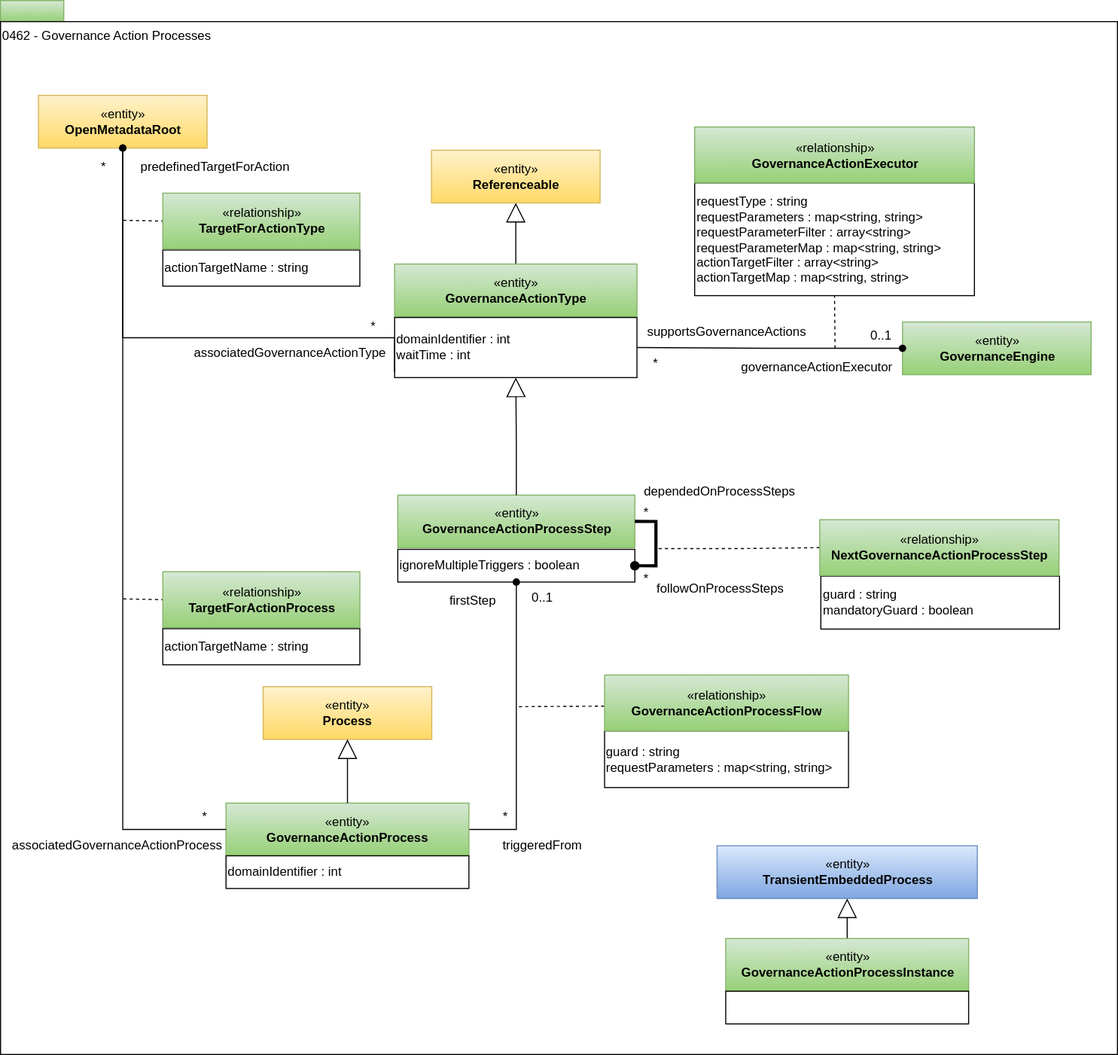
The draw.io diagram site/docs/types/4/0462-Governance-Action-Processes.svg in odpi/egeria-docs, before a commit. Source tidied: cells renumbered, new cells last; positions are measured from the earlier drawing's top-left corner, leaving out a move shared by most shapes.
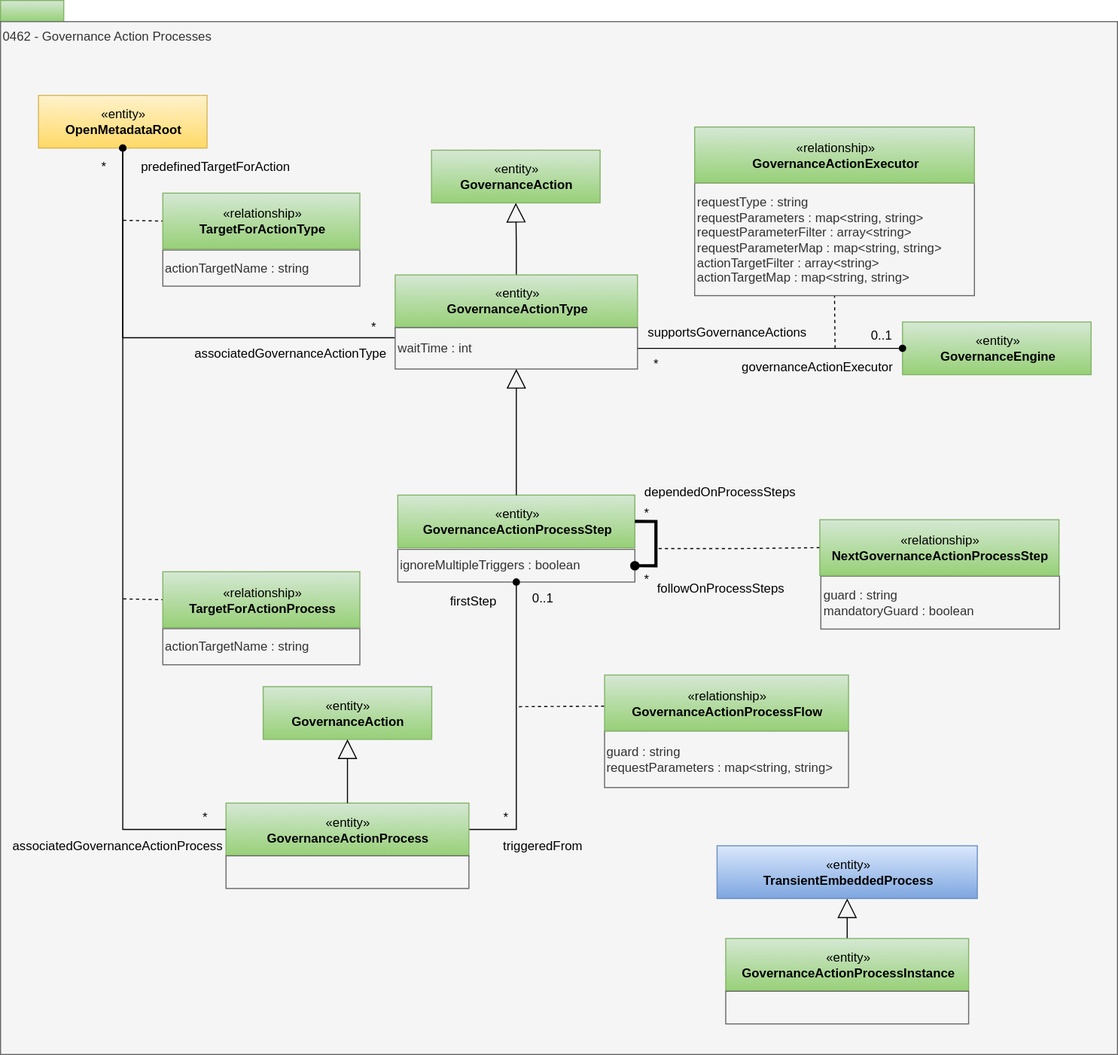
Above is the later version.

Diff of the diagram source:
```diff
@@ -7,12 +7,12 @@
     </mxCell>
-    <mxCell id="3" value="0462 - Governance Action Processes" style="rounded=0;html=1;align=left;verticalAlign=top;" parent="1" vertex="1">
+    <mxCell id="3" value="0462 - Governance Action Processes" style="rounded=0;html=1;align=left;verticalAlign=top;fillColor=#f5f5f5;fontColor=#333333;strokeColor=#666666;" parent="1" vertex="1">
       <mxGeometry y="20" width="1060" height="980" as="geometry" />
     </mxCell>
-    <mxCell id="4" value="ignoreMultipleTriggers : boolean" style="rounded=0;whiteSpace=wrap;html=1;strokeColor=#000000;gradientColor=#ffffff;align=left;" parent="1" vertex="1">
+    <mxCell id="4" value="ignoreMultipleTriggers : boolean" style="rounded=0;whiteSpace=wrap;html=1;strokeColor=#666666;align=left;fillColor=#f5f5f5;fontColor=#333333;" parent="1" vertex="1">
       <mxGeometry x="377" y="520.8" width="225" height="31" as="geometry" />
     </mxCell>
-    <mxCell id="5" value="«entity»&lt;br&gt;&lt;b&gt;Referenceable&lt;/b&gt;" style="html=1;strokeColor=#d6b656;align=center;fillColor=#fff2cc;gradientColor=#ffd966;" parent="1" vertex="1">
+    <mxCell id="5" value="«entity»&lt;br&gt;&lt;b&gt;GovernanceAction&lt;/b&gt;" style="html=1;strokeColor=#82b366;align=center;fillColor=#d5e8d4;gradientColor=#97d077;" parent="1" vertex="1">
       <mxGeometry x="409" y="142" width="160" height="50" as="geometry" />
     </mxCell>
-    <mxCell id="6" value="guard : string&lt;br&gt;mandatoryGuard : boolean&lt;br&gt;" style="rounded=0;whiteSpace=wrap;html=1;strokeColor=#000000;gradientColor=#ffffff;align=left;" parent="1" vertex="1">
+    <mxCell id="6" value="guard : string&lt;br&gt;mandatoryGuard : boolean&lt;br&gt;" style="rounded=0;whiteSpace=wrap;html=1;strokeColor=#666666;align=left;fillColor=#f5f5f5;fontColor=#333333;" parent="1" vertex="1">
       <mxGeometry x="778.5" y="546.1" width="226.5" height="50.2" as="geometry" />
@@ -57,3 +57,3 @@
     </mxCell>
-    <mxCell id="17" value="requestType : string&lt;br&gt;requestParameters : map&amp;lt;string, string&amp;gt;&lt;br&gt;requestParameterFilter : array&amp;lt;string&amp;gt;&lt;br&gt;requestParameterMap : map&amp;lt;string, string&amp;gt;&lt;br&gt;actionTargetFilter : array&amp;lt;string&amp;gt;&lt;br&gt;actionTargetMap : map&amp;lt;string, string&amp;gt;" style="rounded=0;whiteSpace=wrap;html=1;strokeColor=#000000;gradientColor=#ffffff;align=left;" parent="1" vertex="1">
+    <mxCell id="17" value="requestType : string&lt;br&gt;requestParameters : map&amp;lt;string, string&amp;gt;&lt;br&gt;requestParameterFilter : array&amp;lt;string&amp;gt;&lt;br&gt;requestParameterMap : map&amp;lt;string, string&amp;gt;&lt;br&gt;actionTargetFilter : array&amp;lt;string&amp;gt;&lt;br&gt;actionTargetMap : map&amp;lt;string, string&amp;gt;" style="rounded=0;whiteSpace=wrap;html=1;strokeColor=#666666;align=left;fillColor=#f5f5f5;fontColor=#333333;" parent="1" vertex="1">
       <mxGeometry x="658.8" y="173" width="265.5" height="107" as="geometry" />
@@ -66,3 +66,3 @@
     </mxCell>
-    <mxCell id="20" value="«entity»&lt;br&gt;&lt;b&gt;Process&lt;/b&gt;" style="html=1;strokeColor=#d6b656;align=center;fillColor=#fff2cc;gradientColor=#ffd966;" parent="1" vertex="1">
+    <mxCell id="20" value="«entity»&lt;br&gt;&lt;b&gt;GovernanceAction&lt;/b&gt;" style="html=1;strokeColor=#82b366;align=center;fillColor=#d5e8d4;gradientColor=#97d077;" parent="1" vertex="1">
       <mxGeometry x="249.2" y="651" width="160" height="50" as="geometry" />
@@ -75,3 +75,3 @@
     </mxCell>
-    <mxCell id="23" value="&lt;span style=&quot;&quot;&gt;domainIdentifier : int&lt;/span&gt;" style="rounded=0;whiteSpace=wrap;html=1;strokeColor=#000000;gradientColor=#ffffff;align=left;" parent="1" vertex="1">
+    <mxCell id="23" style="rounded=0;whiteSpace=wrap;html=1;strokeColor=#666666;align=left;fillColor=#f5f5f5;fontColor=#333333;" parent="1" vertex="1">
       <mxGeometry x="214" y="811.5" width="230.5" height="31" as="geometry" />
@@ -84,3 +84,3 @@
     </mxCell>
-    <mxCell id="25" value="&lt;span&gt;guard : string&lt;/span&gt;&lt;div&gt;requestParameters : map&amp;lt;string, string&amp;gt;&lt;br&gt;&lt;/div&gt;" style="rounded=0;whiteSpace=wrap;html=1;strokeColor=#000000;gradientColor=#ffffff;align=left;" parent="1" vertex="1">
+    <mxCell id="25" value="&lt;span&gt;guard : string&lt;/span&gt;&lt;div&gt;requestParameters : map&amp;lt;string, string&amp;gt;&lt;br&gt;&lt;/div&gt;" style="rounded=0;whiteSpace=wrap;html=1;strokeColor=#666666;align=left;fillColor=#f5f5f5;fontColor=#333333;" parent="1" vertex="1">
       <mxGeometry x="573.2" y="693" width="231.5" height="53.8" as="geometry" />
@@ -115,6 +115,6 @@
     <mxCell id="35" value="«entity»&lt;br&gt;&lt;span style=&quot;color: rgba(0 , 0 , 0 , 0) ; font-family: monospace ; font-size: 0px&quot;&gt;%3CmxGraphModel%3E%3Croot%3E%3CmxCell%20id%3D%220%22%2F%3E%3CmxCell%20id%3D%221%22%20parent%3D%220%22%2F%3E%3CmxCell%20id%3D%222%22%20style%3D%22edgeStyle%3DorthogonalEdgeStyle%3Brounded%3D0%3Bhtml%3D1%3BexitX%3D1%3BexitY%3D0.5%3BexitDx%3D0%3BexitDy%3D0%3BentryX%3D0%3BentryY%3D0.5%3BentryDx%3D0%3BentryDy%3D0%3BjettySize%3Dauto%3BorthogonalLoop%3D1%3BendArrow%3Dnone%3BendFill%3D0%3B%22%20edge%3D%221%22%20source%3D%223%22%20parent%3D%221%22%3E%3CmxGeometry%20relative%3D%221%22%20as%3D%22geometry%22%3E%3CmxPoint%20x%3D%22684%22%20y%3D%22384.5%22%20as%3D%22targetPoint%22%2F%3E%3C%2FmxGeometry%3E%3C%2FmxCell%3E%3CmxCell%20id%3D%223%22%20value%3D%22%C2%ABentity%C2%BB%26lt%3Bbr%26gt%3B%26lt%3Bb%26gt%3BRequestForAction%26lt%3B%2Fb%26gt%3B%22%20style%3D%22html%3D1%3BstrokeColor%3D%23d79b00%3Balign%3Dcenter%3BfillColor%3D%23ffcd28%3BgradientColor%3D%23ffa500%3B%22%20vertex%3D%221%22%20parent%3D%221%22%3E%3CmxGeometry%20x%3D%2291%22%20y%3D%22379%22%20width%3D%22249%22%20height%3D%2250%22%20as%3D%22geometry%22%2F%3E%3C%2FmxCell%3E%3CmxCell%20id%3D%224%22%20value%3D%22%26lt%3Bspan%26gt%3BdiscoveryActivity%20%3A%20string%26lt%3Bbr%26gt%3B%26lt%3B%2Fspan%26gt%3B%26lt%3Bspan%26gt%3BactionRequested%20%3A%20string%26lt%3B%2Fspan%26gt%3B%26lt%3Bbr%26gt%3B%26lt%3Bspan%26gt%3BactionProperties%20%3A%20map%26amp%3Blt%3Bstring%2C%20string%26amp%3Bgt%3B%26lt%3Bbr%26gt%3B%26lt%3B%2Fspan%26gt%3B%22%20style%3D%22rounded%3D0%3BwhiteSpace%3Dwrap%3Bhtml%3D1%3BstrokeColor%3D%23000000%3BgradientColor%3D%23ffffff%3Balign%3Dleft%3B%22%20vertex%3D%221%22%20parent%3D%221%22%3E%3CmxGeometry%20x%3D%2292%22%20y%3D%22429%22%20width%3D%22247%22%20height%3D%2259%22%20as%3D%22geometry%22%2F%3E%3C%2FmxCell%3E%3CmxCell%20id%3D%225%22%20value%3D%22%22%20style%3D%22edgeStyle%3DorthogonalEdgeStyle%3Brounded%3D0%3Bhtml%3D1%3BendArrow%3Dnone%3BendFill%3D0%3BjettySize%3Dauto%3BorthogonalLoop%3D1%3BexitX%3D0%3BexitY%3D0.5%3B%22%20edge%3D%221%22%20source%3D%227%22%20target%3D%223%22%20parent%3D%221%22%3E%3CmxGeometry%20relative%3D%221%22%20as%3D%22geometry%22%2F%3E%3C%2FmxCell%3E%3CmxCell%20id%3D%226%22%20value%3D%22%C2%ABentity%C2%BB%26lt%3Bbr%26gt%3B%26lt%3Bb%26gt%3BDataFieldAnnotation%26lt%3B%2Fb%26gt%3B%22%20style%3D%22html%3D1%3BstrokeColor%3D%23d79b00%3Balign%3Dcenter%3BfillColor%3D%23ffcd28%3BgradientColor%3D%23ffa500%3B%22%20vertex%3D%221%22%20parent%3D%221%22%3E%3CmxGeometry%20x%3D%22136.5%22%20y%3D%22257.5%22%20width%3D%22160%22%20height%3D%2250%22%20as%3D%22geometry%22%2F%3E%3C%2FmxCell%3E%3CmxCell%20id%3D%227%22%20value%3D%22%22%20style%3D%22triangle%3BwhiteSpace%3Dwrap%3Bhtml%3D1%3BstrokeColor%3D%23000000%3BgradientColor%3D%23ffffff%3Balign%3Dcenter%3Brotation%3D-90%3B%22%20vertex%3D%221%22%20parent%3D%221%22%3E%3CmxGeometry%20x%3D%22207.5%22%20y%3D%22305.5%22%20width%3D%2217%22%20height%3D%2221%22%20as%3D%22geometry%22%2F%3E%3C%2FmxCell%3E%3CmxCell%20id%3D%228%22%20value%3D%22%22%20style%3D%22endArrow%3Dnone%3Bdashed%3D1%3Bhtml%3D1%3BentryX%3D1%3BentryY%3D0.5%3BentryDx%3D0%3BentryDy%3D0%3B%22%20edge%3D%221%22%20parent%3D%221%22%3E%3CmxGeometry%20width%3D%2250%22%20height%3D%2250%22%20relative%3D%221%22%20as%3D%22geometry%22%3E%3CmxPoint%20x%3D%22638%22%20y%3D%22234%22%20as%3D%22sourcePoint%22%2F%3E%3CmxPoint%20x%3D%22567.5%22%20y%3D%22234%22%20as%3D%22targetPoint%22%2F%3E%3C%2FmxGeometry%3E%3C%2FmxCell%3E%3CmxCell%20id%3D%229%22%20value%3D%22*%22%20style%3D%22text%3Bhtml%3D1%3BstrokeColor%3Dnone%3BfillColor%3Dnone%3Balign%3Dcenter%3BverticalAlign%3Dmiddle%3BwhiteSpace%3Dwrap%3Brounded%3D0%3B%22%20vertex%3D%221%22%20parent%3D%221%22%3E%3CmxGeometry%20x%3D%22636.5%22%20y%3D%22325.5%22%20width%3D%2240%22%20height%3D%2220%22%20as%3D%22geometry%22%2F%3E%3C%2FmxCell%3E%3CmxCell%20id%3D%2210%22%20value%3D%22identifiedActions%22%20style%3D%22text%3Bhtml%3D1%3BstrokeColor%3Dnone%3BfillColor%3Dnone%3Balign%3Dcenter%3BverticalAlign%3Dmiddle%3BwhiteSpace%3Dwrap%3Brounded%3D0%3B%22%20vertex%3D%221%22%20parent%3D%221%22%3E%3CmxGeometry%20x%3D%22543%22%20y%3D%22325.5%22%20width%3D%22104%22%20height%3D%2220%22%20as%3D%22geometry%22%2F%3E%3C%2FmxCell%3E%3CmxCell%20id%3D%2211%22%20value%3D%22discoveryActivity%22%20style%3D%22text%3Bhtml%3D1%3BstrokeColor%3Dnone%3BfillColor%3Dnone%3Balign%3Dcenter%3BverticalAlign%3Dmiddle%3BwhiteSpace%3Dwrap%3Brounded%3D0%3B%22%20vertex%3D%221%22%20parent%3D%221%22%3E%3CmxGeometry%20x%3D%22341.5%22%20y%3D%22381.5%22%20width%3D%22106%22%20height%3D%2220%22%20as%3D%22geometry%22%2F%3E%3C%2FmxCell%3E%3CmxCell%20id%3D%2212%22%20value%3D%22requestForAction%22%20style%3D%22text%3Bhtml%3D1%3BstrokeColor%3Dnone%3BfillColor%3Dnone%3Balign%3Dcenter%3BverticalAlign%3Dmiddle%3BwhiteSpace%3Dwrap%3Brounded%3D0%3B%22%20vertex%3D%221%22%20parent%3D%221%22%3E%3CmxGeometry%20x%3D%22571%22%20y%3D%22384%22%20width%3D%22113%22%20height%3D%2220%22%20as%3D%22geometry%22%2F%3E%3C%2FmxCell%3E%3CmxCell%20id%3D%2213%22%20value%3D%22%C2%ABrelationship%C2%BB%26lt%3Bbr%26gt%3B%26lt%3Bb%26gt%3BDiscoveryActivity%26lt%3B%2Fb%26gt%3B%22%20style%3D%22html%3D1%3BstrokeColor%3D%23d79b00%3Balign%3Dcenter%3BfillColor%3D%23ffcd28%3BgradientColor%3D%23ffa500%3B%22%20vertex%3D%221%22%20parent%3D%221%22%3E%3CmxGeometry%20x%3D%22393.5%22%20y%3D%22486%22%20width%3D%22206%22%20height%3D%2253%22%20as%3D%22geometry%22%2F%3E%3C%2FmxCell%3E%3CmxCell%20id%3D%2214%22%20value%3D%22%22%20style%3D%22endArrow%3Dnone%3Bdashed%3D1%3Bhtml%3D1%3B%22%20edge%3D%221%22%20target%3D%2213%22%20parent%3D%221%22%3E%3CmxGeometry%20width%3D%2250%22%20height%3D%2250%22%20relative%3D%221%22%20as%3D%22geometry%22%3E%3CmxPoint%20x%3D%22496%22%20y%3D%22407%22%20as%3D%22sourcePoint%22%2F%3E%3CmxPoint%20x%3D%22543.5%22%20y%3D%22515%22%20as%3D%22targetPoint%22%2F%3E%3C%2FmxGeometry%3E%3C%2FmxCell%3E%3CmxCell%20id%3D%2215%22%20value%3D%22description%20%3A%20string%22%20style%3D%22rounded%3D0%3BwhiteSpace%3Dwrap%3Bhtml%3D1%3BstrokeColor%3D%23000000%3BgradientColor%3D%23ffffff%3Balign%3Dleft%3B%22%20vertex%3D%221%22%20parent%3D%221%22%3E%3CmxGeometry%20x%3D%22393.5%22%20y%3D%22538.5%22%20width%3D%22206%22%20height%3D%2231%22%20as%3D%22geometry%22%2F%3E%3C%2FmxCell%3E%3CmxCell%20id%3D%2216%22%20value%3D%22*%22%20style%3D%22text%3Bhtml%3D1%3BstrokeColor%3Dnone%3BfillColor%3Dnone%3Balign%3Dcenter%3BverticalAlign%3Dmiddle%3BwhiteSpace%3Dwrap%3Brounded%3D0%3B%22%20vertex%3D%221%22%20parent%3D%221%22%3E%3CmxGeometry%20x%3D%22643.5%22%20y%3D%22361.5%22%20width%3D%2240%22%20height%3D%2220%22%20as%3D%22geometry%22%2F%3E%3C%2FmxCell%3E%3CmxCell%20id%3D%2217%22%20value%3D%22*%22%20style%3D%22text%3Bhtml%3D1%3BstrokeColor%3Dnone%3BfillColor%3Dnone%3Balign%3Dcenter%3BverticalAlign%3Dmiddle%3BwhiteSpace%3Dwrap%3Brounded%3D0%3B%22%20vertex%3D%221%22%20parent%3D%221%22%3E%3CmxGeometry%20x%3D%22341.5%22%20y%3D%22405%22%20width%3D%2240%22%20height%3D%2220%22%20as%3D%22geometry%22%2F%3E%3C%2FmxCell%3E%3C%2Froot%3E%3C%2FmxGraphModel%3E&lt;/span&gt;&lt;b&gt;GovernanceActionType&lt;/b&gt;" style="html=1;strokeColor=#82b366;align=center;fillColor=#d5e8d4;gradientColor=#97d077;" parent="1" vertex="1">
-      <mxGeometry x="374" y="250" width="230" height="50" as="geometry" />
+      <mxGeometry x="374.5" y="260.4" width="230" height="50" as="geometry" />
     </mxCell>
-    <mxCell id="36" value="domainIdentifier : int&lt;br&gt;waitTime : int" style="rounded=0;whiteSpace=wrap;html=1;strokeColor=#000000;gradientColor=#ffffff;align=left;" parent="1" vertex="1">
-      <mxGeometry x="374" y="300.8" width="230" height="57" as="geometry" />
+    <mxCell id="36" value="waitTime : int" style="rounded=0;whiteSpace=wrap;html=1;strokeColor=#666666;align=left;fillColor=#f5f5f5;fontColor=#333333;" parent="1" vertex="1">
+      <mxGeometry x="374.5" y="310.4" width="230" height="39.2" as="geometry" />
     </mxCell>
@@ -137,3 +137,3 @@
     </mxCell>
-    <mxCell id="42" value="actionTargetName : string" style="rounded=0;whiteSpace=wrap;html=1;strokeColor=#000000;gradientColor=#ffffff;align=left;" parent="1" vertex="1">
+    <mxCell id="42" value="actionTargetName : string" style="rounded=0;whiteSpace=wrap;html=1;strokeColor=#666666;align=left;fillColor=#f5f5f5;fontColor=#333333;" parent="1" vertex="1">
       <mxGeometry x="154" y="236.8" width="187" height="34.2" as="geometry" />
@@ -155,5 +155,5 @@
     </mxCell>
-    <mxCell id="48" style="endArrow=none;html=1;edgeStyle=orthogonalEdgeStyle;entryX=0;entryY=0.5;entryDx=0;entryDy=0;rounded=0;startArrow=oval;startFill=1;strokeWidth=1;exitX=0.5;exitY=1;exitDx=0;exitDy=0;" parent="1" edge="1" source="44">
+    <mxCell id="48" style="endArrow=none;html=1;edgeStyle=orthogonalEdgeStyle;rounded=0;startArrow=oval;startFill=1;strokeWidth=1;exitX=0.5;exitY=1;exitDx=0;exitDy=0;" parent="1" edge="1" source="44">
       <mxGeometry relative="1" as="geometry">
-        <mxPoint x="374" y="352.8" as="targetPoint" />
+        <mxPoint x="374" y="320" as="targetPoint" />
         <Array as="points">
@@ -172,3 +172,3 @@
     </mxCell>
-    <mxCell id="51" value="actionTargetName : string" style="rounded=0;whiteSpace=wrap;html=1;strokeColor=#000000;gradientColor=#ffffff;align=left;" parent="1" vertex="1">
+    <mxCell id="51" value="actionTargetName : string" style="rounded=0;whiteSpace=wrap;html=1;strokeColor=#666666;align=left;fillColor=#f5f5f5;fontColor=#333333;" parent="1" vertex="1">
       <mxGeometry x="154" y="596" width="187" height="34.2" as="geometry" />
@@ -197,3 +197,3 @@
     </mxCell>
-    <mxCell id="58" style="rounded=0;whiteSpace=wrap;html=1;strokeColor=#000000;gradientColor=#ffffff;align=left;" parent="1" vertex="1">
+    <mxCell id="58" style="rounded=0;whiteSpace=wrap;html=1;strokeColor=#666666;align=left;fillColor=#f5f5f5;fontColor=#333333;" parent="1" vertex="1">
       <mxGeometry x="688.2" y="940" width="230.5" height="31" as="geometry" />
```
